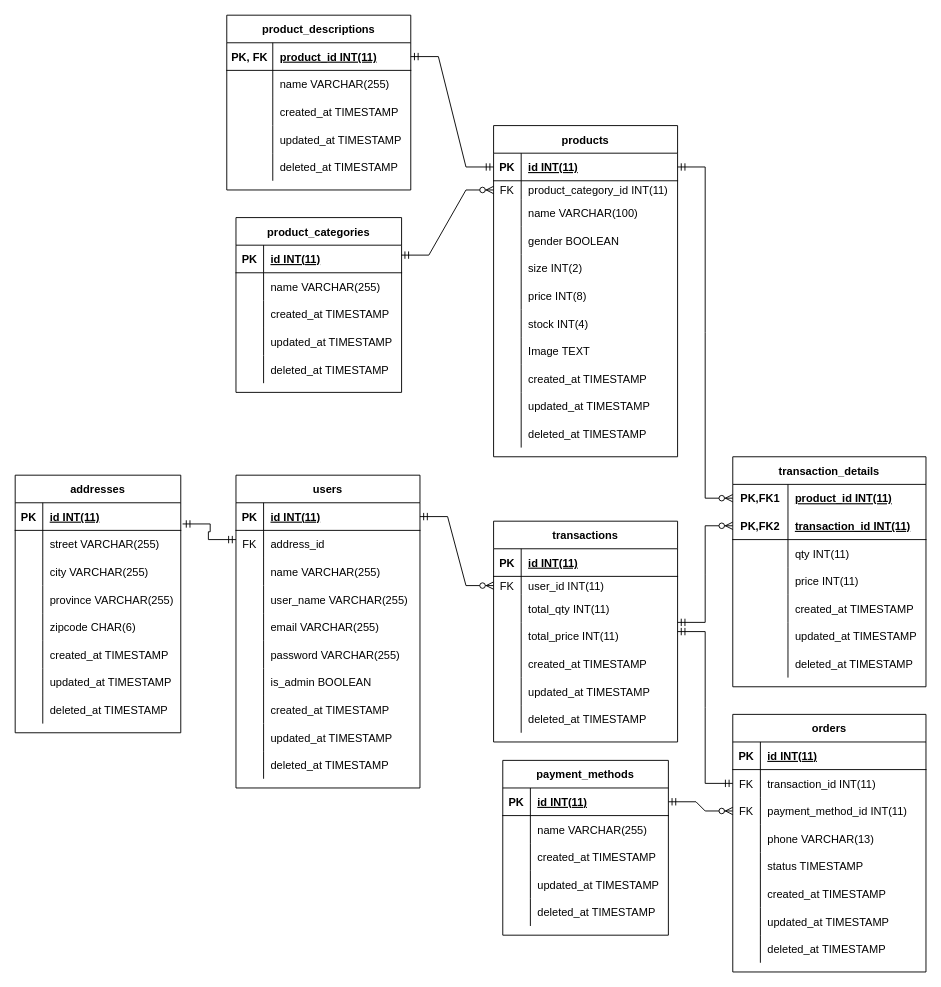
The draw.io diagram ERD/ERD Olshop.drawio in e-commerce-group-1/BE, before the edit. Source tidied: cells renumbered, new cells numbered last; positions are measured from the earlier drawing's top-left corner, leaving out a move shared by most shapes. Both pictures are drawn from the tidied source at 92%, with x=0, y=0 at pixel (15, 15).
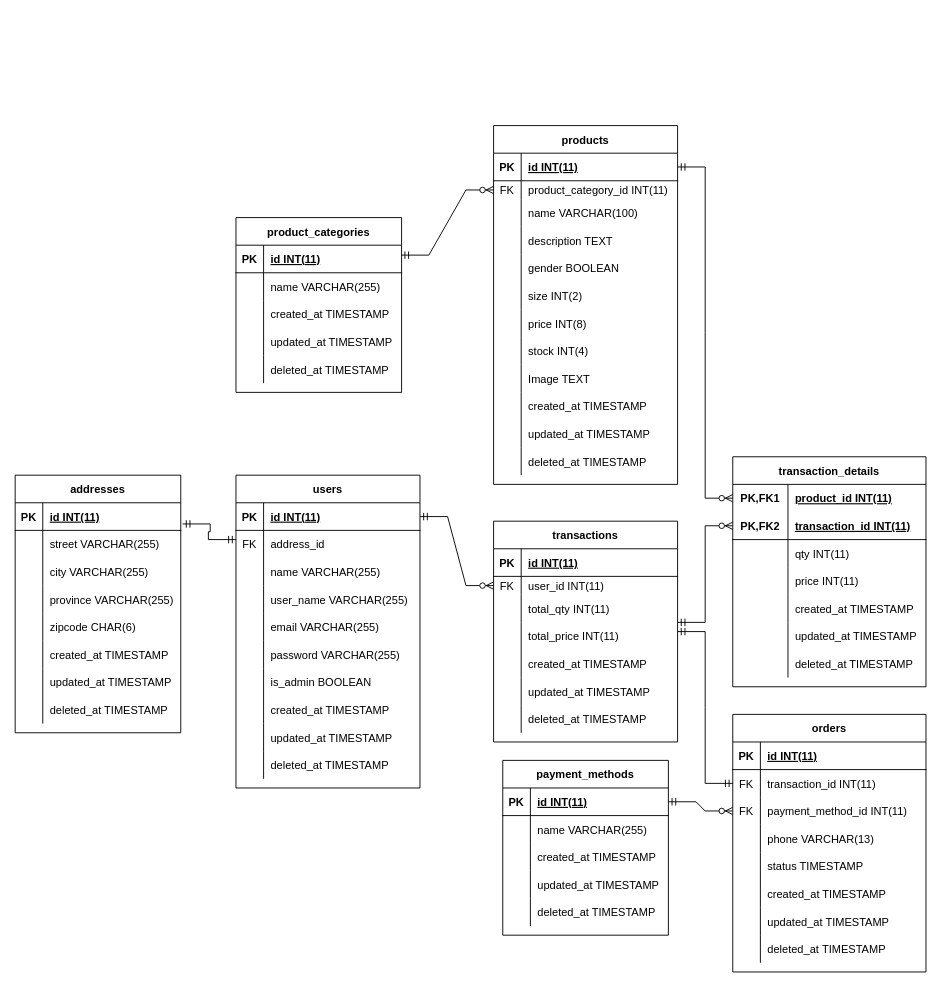
After the change.

Commit message:
delete product description table

Unchanged cells that the change refers to:
```xml
<mxCell id="34" style="shape=tableRow;horizontal=0;startSize=0;swimlaneHead=0;swimlaneBody=0;fillColor=none;points=[[0,0.5],[1,0.5]];portConstraint=eastwest;top=0;left=0;right=0;bottom=1;" parent="33" vertex="1">
  <mxGeometry y="30" width="200" height="30" as="geometry" />
</mxCell>
```

Change to the diagram source:
```diff
@@
     <mxCell id="33" value="products" style="shape=table;startSize=30;childLayout=tableLayout;rowLines=0;fontStyle=1;align=center;" parent="1" vertex="1">
-      <mxGeometry x="520" y="120" width="200" height="360" as="geometry" />
+      <mxGeometry x="520" y="120" width="200" height="390" as="geometry" />
     </mxCell>
@@
+    <mxCell id="217" style="shape=tableRow;horizontal=0;startSize=0;swimlaneHead=0;swimlaneBody=0;fillColor=none;top=0;left=0;right=0;bottom=0;" parent="33" vertex="1">
+      <mxGeometry y="110" width="200" height="30" as="geometry" />
+    </mxCell>
+    <mxCell id="218" style="shape=partialRectangle;fillColor=none;top=0;left=0;bottom=0;right=0;overflow=hidden;" parent="217" vertex="1">
+      <mxGeometry width="30" height="30" as="geometry" />
+    </mxCell>
+    <mxCell id="219" value="description TEXT" style="shape=partialRectangle;fillColor=none;top=0;left=0;bottom=0;right=0;align=left;spacingLeft=6;overflow=hidden;" parent="217" vertex="1">
+      <mxGeometry x="30" width="170" height="30" as="geometry" />
+    </mxCell>
     <mxCell id="43" style="shape=tableRow;horizontal=0;startSize=0;swimlaneHead=0;swimlaneBody=0;fillColor=none;top=0;left=0;right=0;bottom=0;" parent="33" vertex="1">
-      <mxGeometry y="110" width="200" height="30" as="geometry" />
+      <mxGeometry y="140" width="200" height="30" as="geometry" />
     </mxCell>
@@
     <mxCell id="46" style="shape=tableRow;horizontal=0;startSize=0;swimlaneHead=0;swimlaneBody=0;fillColor=none;top=0;left=0;right=0;bottom=0;" parent="33" vertex="1">
-      <mxGeometry y="140" width="200" height="30" as="geometry" />
+      <mxGeometry y="170" width="200" height="30" as="geometry" />
     </mxCell>
@@
     <mxCell id="49" style="shape=tableRow;horizontal=0;startSize=0;swimlaneHead=0;swimlaneBody=0;fillColor=none;top=0;left=0;right=0;bottom=0;" parent="33" vertex="1">
-      <mxGeometry y="170" width="200" height="30" as="geometry" />
+      <mxGeometry y="200" width="200" height="30" as="geometry" />
     </mxCell>
@@
     <mxCell id="52" style="shape=tableRow;horizontal=0;startSize=0;swimlaneHead=0;swimlaneBody=0;fillColor=none;top=0;left=0;right=0;bottom=0;" parent="33" vertex="1">
-      <mxGeometry y="200" width="200" height="30" as="geometry" />
+      <mxGeometry y="230" width="200" height="30" as="geometry" />
     </mxCell>
@@
     <mxCell id="55" style="shape=tableRow;horizontal=0;startSize=0;swimlaneHead=0;swimlaneBody=0;fillColor=none;top=0;left=0;right=0;bottom=0;" parent="33" vertex="1">
-      <mxGeometry y="230" width="200" height="30" as="geometry" />
+      <mxGeometry y="260" width="200" height="30" as="geometry" />
     </mxCell>
@@
     <mxCell id="58" style="shape=tableRow;horizontal=0;startSize=0;swimlaneHead=0;swimlaneBody=0;fillColor=none;top=0;left=0;right=0;bottom=0;" parent="33" vertex="1">
-      <mxGeometry y="260" width="200" height="30" as="geometry" />
+      <mxGeometry y="290" width="200" height="30" as="geometry" />
     </mxCell>
@@
     <mxCell id="61" style="shape=tableRow;horizontal=0;startSize=0;swimlaneHead=0;swimlaneBody=0;fillColor=none;top=0;left=0;right=0;bottom=0;" parent="33" vertex="1">
-      <mxGeometry y="290" width="200" height="30" as="geometry" />
+      <mxGeometry y="320" width="200" height="30" as="geometry" />
     </mxCell>
@@
     <mxCell id="64" style="shape=tableRow;horizontal=0;startSize=0;swimlaneHead=0;swimlaneBody=0;fillColor=none;top=0;left=0;right=0;bottom=0;" parent="33" vertex="1">
-      <mxGeometry y="320" width="200" height="30" as="geometry" />
+      <mxGeometry y="350" width="200" height="30" as="geometry" />
     </mxCell>
@@
-    <mxCell id="83" value="product_descriptions" style="shape=table;startSize=30;childLayout=tableLayout;rowLines=0;fontStyle=1;align=center;" parent="1" vertex="1">
-      <mxGeometry x="230" width="200" height="190" as="geometry" />
-    </mxCell>
-    <mxCell id="84" style="shape=tableRow;horizontal=0;startSize=0;swimlaneHead=0;swimlaneBody=0;fillColor=none;points=[[0,0.5],[1,0.5]];portConstraint=eastwest;top=0;left=0;right=0;bottom=1;" parent="83" vertex="1">
-      <mxGeometry y="30" width="200" height="30" as="geometry" />
-    </mxCell>
-    <mxCell id="85" value="PK, FK" style="shape=partialRectangle;fillColor=none;top=0;left=0;bottom=0;right=0;fontStyle=1;overflow=hidden;" parent="84" vertex="1">
-      <mxGeometry width="50" height="30" as="geometry" />
-    </mxCell>
-    <mxCell id="86" value="product_id INT(11)" style="shape=partialRectangle;fillColor=none;top=0;left=0;bottom=0;right=0;align=left;spacingLeft=6;fontStyle=5;overflow=hidden;" parent="84" vertex="1">
-      <mxGeometry x="50" width="150" height="30" as="geometry" />
-    </mxCell>
-    <mxCell id="87" style="shape=tableRow;horizontal=0;startSize=0;swimlaneHead=0;swimlaneBody=0;fillColor=none;top=0;left=0;right=0;bottom=0;" parent="83" vertex="1">
-      <mxGeometry y="60" width="200" height="30" as="geometry" />
-    </mxCell>
-    <mxCell id="88" style="shape=partialRectangle;fillColor=none;top=0;left=0;bottom=0;right=0;overflow=hidden;" parent="87" vertex="1">
-      <mxGeometry width="50" height="30" as="geometry" />
-    </mxCell>
-    <mxCell id="89" value="name VARCHAR(255)" style="shape=partialRectangle;fillColor=none;top=0;left=0;bottom=0;right=0;align=left;spacingLeft=6;overflow=hidden;" parent="87" vertex="1">
-      <mxGeometry x="50" width="150" height="30" as="geometry" />
-    </mxCell>
-    <mxCell id="90" style="shape=tableRow;horizontal=0;startSize=0;swimlaneHead=0;swimlaneBody=0;fillColor=none;top=0;left=0;right=0;bottom=0;" parent="83" vertex="1">
-      <mxGeometry y="90" width="200" height="30" as="geometry" />
-    </mxCell>
-    <mxCell id="91" style="shape=partialRectangle;fillColor=none;top=0;left=0;bottom=0;right=0;overflow=hidden;" parent="90" vertex="1">
-      <mxGeometry width="50" height="30" as="geometry" />
-    </mxCell>
-    <mxCell id="92" value="created_at TIMESTAMP" style="shape=partialRectangle;fillColor=none;top=0;left=0;bottom=0;right=0;align=left;spacingLeft=6;overflow=hidden;" parent="90" vertex="1">
-      <mxGeometry x="50" width="150" height="30" as="geometry" />
-    </mxCell>
-    <mxCell id="93" style="shape=tableRow;horizontal=0;startSize=0;swimlaneHead=0;swimlaneBody=0;fillColor=none;top=0;left=0;right=0;bottom=0;" parent="83" vertex="1">
-      <mxGeometry y="120" width="200" height="30" as="geometry" />
-    </mxCell>
-    <mxCell id="94" style="shape=partialRectangle;fillColor=none;top=0;left=0;bottom=0;right=0;overflow=hidden;" parent="93" vertex="1">
-      <mxGeometry width="50" height="30" as="geometry" />
-    </mxCell>
-    <mxCell id="95" value="updated_at TIMESTAMP" style="shape=partialRectangle;fillColor=none;top=0;left=0;bottom=0;right=0;align=left;spacingLeft=6;overflow=hidden;" parent="93" vertex="1">
-      <mxGeometry x="50" width="150" height="30" as="geometry" />
-    </mxCell>
-    <mxCell id="96" style="shape=tableRow;horizontal=0;startSize=0;swimlaneHead=0;swimlaneBody=0;fillColor=none;top=0;left=0;right=0;bottom=0;" parent="83" vertex="1">
-      <mxGeometry y="150" width="200" height="30" as="geometry" />
-    </mxCell>
-    <mxCell id="97" style="shape=partialRectangle;fillColor=none;top=0;left=0;bottom=0;right=0;overflow=hidden;" parent="96" vertex="1">
-      <mxGeometry width="50" height="30" as="geometry" />
-    </mxCell>
-    <mxCell id="98" value="deleted_at TIMESTAMP" style="shape=partialRectangle;fillColor=none;top=0;left=0;bottom=0;right=0;align=left;spacingLeft=6;overflow=hidden;" parent="96" vertex="1">
-      <mxGeometry x="50" width="150" height="30" as="geometry" />
-    </mxCell>
@@
-    <mxCell id="164" style="edgeStyle=entityRelationEdgeStyle;fontSize=12;html=1;endArrow=ERmandOne;startArrow=ERmandOne;rounded=0;entryX=0;entryY=0.5;entryDx=0;entryDy=0;exitX=1;exitY=0.5;exitDx=0;exitDy=0;" parent="1" edge="1" source="84" target="34">
-      <mxGeometry relative="1" as="geometry" />
-    </mxCell>
```
